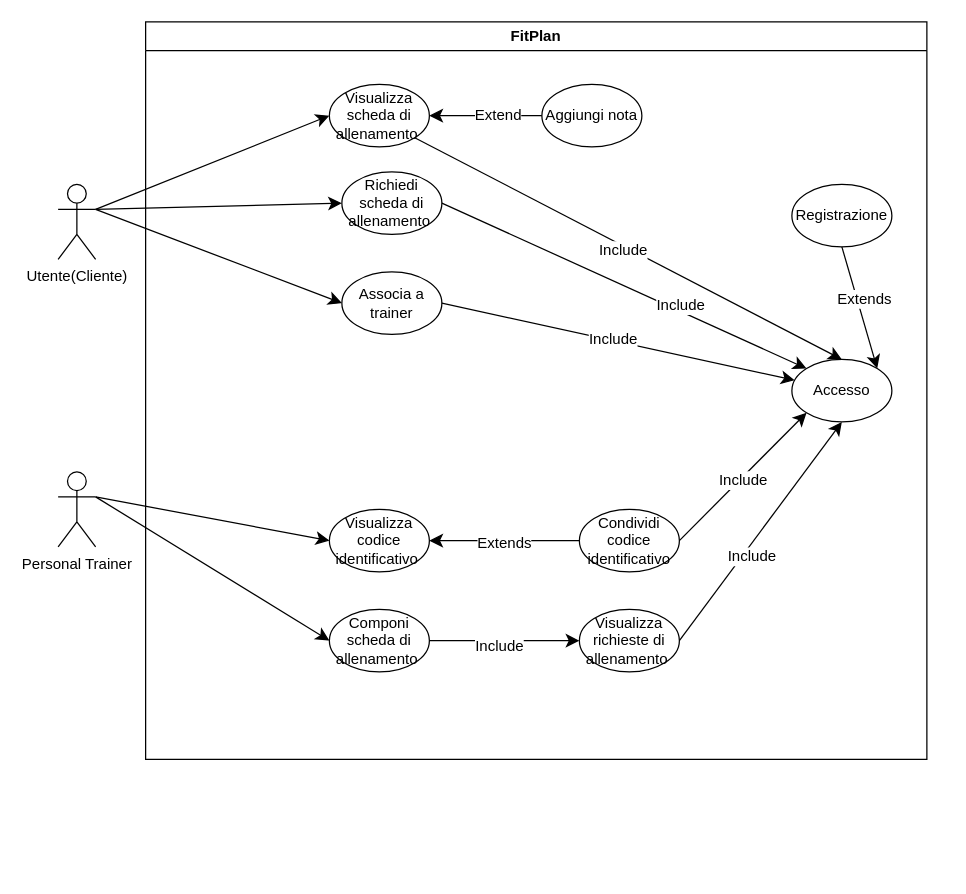
Above: Diagramma senza titolo.drawio in FedericoSib/FitPlan (draw.io), before the change. Source tidied: cells renumbered, new cells numbered last; positions are measured from the earlier drawing's top-left corner, leaving out a move shared by most shapes. Both pictures are drawn from the tidied source at 125%, with x=0, y=0 at pixel (58, 21).
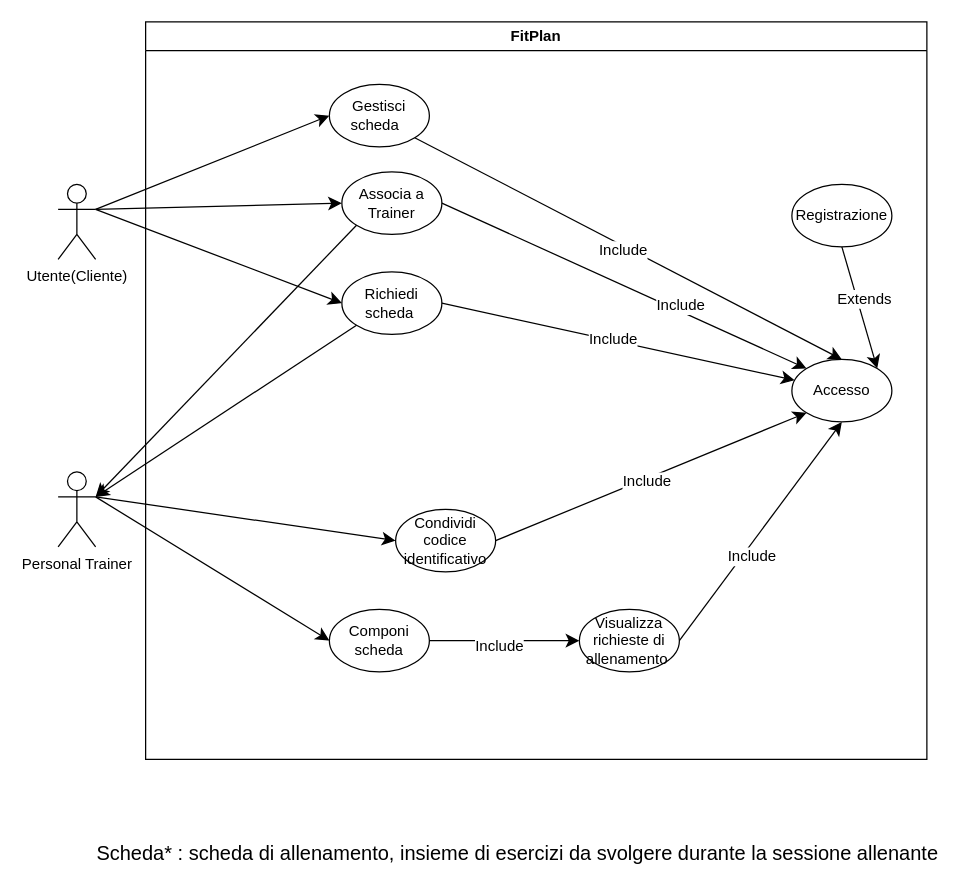
The same page after the edit.

The change refers to these unchanged cells:
```xml
<mxCell id="2" value="FitPlan" style="swimlane;whiteSpace=wrap;html=1;" parent="1" vertex="1">
  <mxGeometry x="70" width="625" height="590" as="geometry" />
</mxCell>
<mxCell id="32" value="Personal Trainer" style="shape=umlActor;verticalLabelPosition=bottom;verticalAlign=top;html=1;outlineConnect=0;" parent="1" vertex="1">
  <mxGeometry y="360" width="30" height="60" as="geometry" />
</mxCell>
```

Diff of the diagram source:
```diff
@@
-    <mxCell id="4" value="Visualizza scheda di allenamento&amp;nbsp;" style="ellipse;whiteSpace=wrap;html=1;" parent="2" vertex="1">
+    <mxCell id="4" value="Gestisci scheda &amp;nbsp;" style="ellipse;whiteSpace=wrap;html=1;" parent="2" vertex="1">
       <mxGeometry x="147" y="50" width="80" height="50" as="geometry" />
     </mxCell>
-    <mxCell id="5" value="Aggiungi nota" style="ellipse;whiteSpace=wrap;html=1;points=[[0,0,0,0,0],[0,0.5,0,0,0],[0,1,0,0,0],[0.5,0,0,0,0],[0.5,1,0,0,0],[1,0,0,0,0],[1,0.5,0,0,0],[1,1,0,0,0]];" parent="2" vertex="1">
-      <mxGeometry x="317" y="50" width="80" height="50" as="geometry" />
-    </mxCell>
-    <mxCell id="6" value="Visualizza codice identificativo&amp;nbsp;" style="ellipse;whiteSpace=wrap;html=1;" parent="2" vertex="1">
-      <mxGeometry x="147" y="390" width="80" height="50" as="geometry" />
-    </mxCell>
     <mxCell id="7" value="Condividi codice identificativo" style="ellipse;whiteSpace=wrap;html=1;" parent="2" vertex="1">
-      <mxGeometry x="347" y="390" width="80" height="50" as="geometry" />
+      <mxGeometry x="200" y="390" width="80" height="50" as="geometry" />
     </mxCell>
-    <mxCell id="8" value="Associa a trainer" style="ellipse;whiteSpace=wrap;html=1;" parent="2" vertex="1">
+    <mxCell id="8" value="Richiedi scheda&amp;nbsp;" style="ellipse;whiteSpace=wrap;html=1;" parent="2" vertex="1">
       <mxGeometry x="157" y="200" width="80" height="50" as="geometry" />
     </mxCell>
-    <mxCell id="9" value="Richiedi scheda di allenamento&amp;nbsp;" style="ellipse;whiteSpace=wrap;html=1;" parent="2" vertex="1">
+    <mxCell id="9" value="Associa a Trainer" style="ellipse;whiteSpace=wrap;html=1;" parent="2" vertex="1">
       <mxGeometry x="157" y="120" width="80" height="50" as="geometry" />
     </mxCell>
-    <mxCell id="10" value="Componi scheda di allenamento&amp;nbsp;" style="ellipse;whiteSpace=wrap;html=1;" parent="2" vertex="1">
+    <mxCell id="10" value="Componi scheda" style="ellipse;whiteSpace=wrap;html=1;" parent="2" vertex="1">
       <mxGeometry x="147" y="470" width="80" height="50" as="geometry" />
     </mxCell>
@@
-    <mxCell id="14" style="edgeStyle=none;jettySize=auto;html=1;rounded=0;fontSize=12;startSize=8;endSize=8;curved=1;exitX=0;exitY=0.5;exitDx=0;exitDy=0;entryX=1;entryY=0.5;entryDx=0;entryDy=0;" parent="2" edge="1" source="7" target="6">
-      <mxGeometry relative="1" as="geometry" />
-    </mxCell>
-    <mxCell id="15" value="Extends" style="edgeLabel;html=1;align=center;verticalAlign=middle;fontSize=12;" parent="14" vertex="1">
-      <mxGeometry x="0.01" y="1" relative="1" as="geometry" />
-    </mxCell>
-    <mxCell id="16" style="edgeStyle=none;jettySize=auto;html=1;rounded=0;fontSize=12;startSize=8;endSize=8;curved=1;exitX=0;exitY=0.5;exitDx=0;exitDy=0;exitPerimeter=0;entryX=1;entryY=0.5;entryDx=0;entryDy=0;" parent="2" edge="1" source="5" target="4">
-      <mxGeometry relative="1" as="geometry" />
-    </mxCell>
-    <mxCell id="17" value="Extend" style="edgeLabel;html=1;align=center;verticalAlign=middle;fontSize=12;" parent="16" vertex="1">
-      <mxGeometry x="-0.19" y="-1" relative="1" as="geometry" />
-    </mxCell>
@@
-    <mxCell id="35" style="edgeStyle=none;jettySize=auto;html=1;rounded=0;fontSize=12;startSize=8;endSize=8;curved=1;exitX=1;exitY=0.3333333333333333;exitDx=0;exitDy=0;exitPerimeter=0;entryX=0;entryY=0.5;entryDx=0;entryDy=0;" parent="1" edge="1" source="32" target="6">
+    <mxCell id="35" style="edgeStyle=none;jettySize=auto;html=1;rounded=0;fontSize=12;startSize=8;endSize=8;curved=1;exitX=1;exitY=0.3333333333333333;exitDx=0;exitDy=0;exitPerimeter=0;entryX=0;entryY=0.5;entryDx=0;entryDy=0;" parent="1" edge="1" source="32" target="7">
       <mxGeometry relative="1" as="geometry" />
     </mxCell>
@@
+    <mxCell id="38" style="edgeStyle=none;jettySize=auto;html=1;rounded=0;fontSize=12;startSize=8;endSize=8;curved=1;exitX=0;exitY=1;exitDx=0;exitDy=0;" parent="1" edge="1" source="8">
+      <mxGeometry relative="1" as="geometry">
+        <mxPoint x="30" y="380" as="targetPoint" />
+      </mxGeometry>
+    </mxCell>
+    <mxCell id="39" style="edgeStyle=none;jettySize=auto;html=1;rounded=0;fontSize=12;startSize=8;endSize=8;curved=1;exitX=0;exitY=1;exitDx=0;exitDy=0;" parent="1" edge="1" source="9">
+      <mxGeometry relative="1" as="geometry">
+        <mxPoint x="30" y="380" as="targetPoint" />
+      </mxGeometry>
+    </mxCell>
+    <mxCell id="40" value="Scheda* : scheda di allenamento, insieme di esercizi da svolgere durante la sessione allenante&amp;nbsp;" style="text;html=1;whiteSpace=wrap;strokeColor=none;fillColor=none;align=center;verticalAlign=middle;rounded=0;fontSize=16;" parent="1" vertex="1">
+      <mxGeometry x="30" y="650" width="680" height="30" as="geometry" />
+    </mxCell>
```
